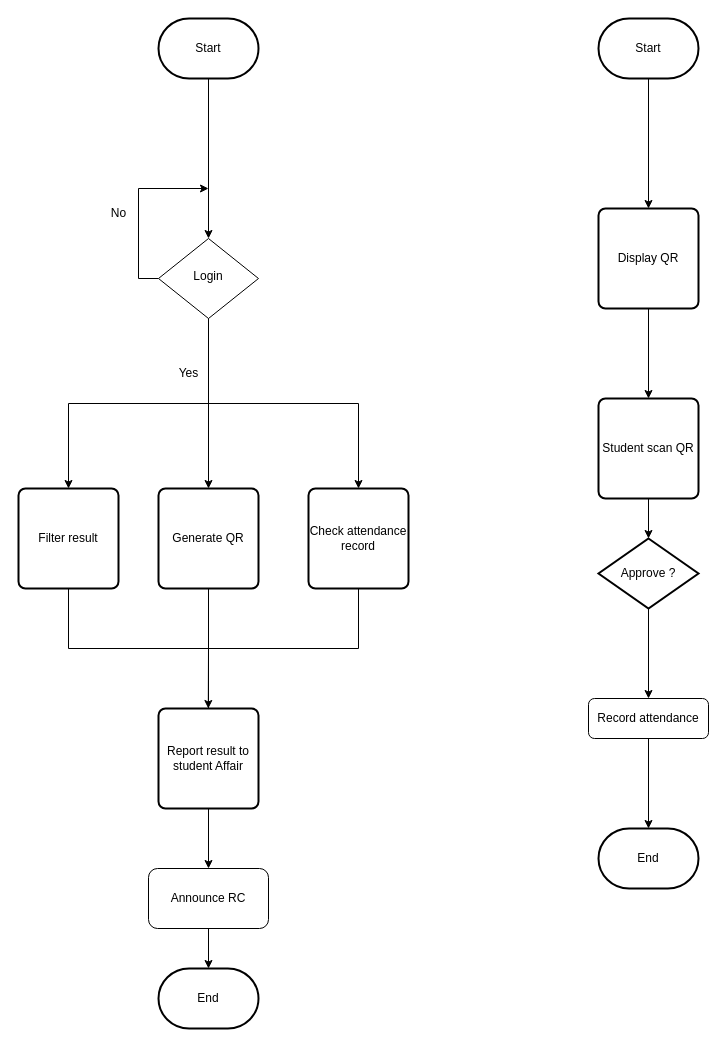
Before: Flowchat.drawio in KhunMaungNgwee/InternShipProject, a draw.io diagram. Source tidied: cells renumbered, new cells numbered last; positions are measured from the earlier drawing's top-left corner, leaving out a move shared by most shapes. Both pictures are drawn from the tidied source at 100%, with x=0, y=0 at pixel (18, 18).
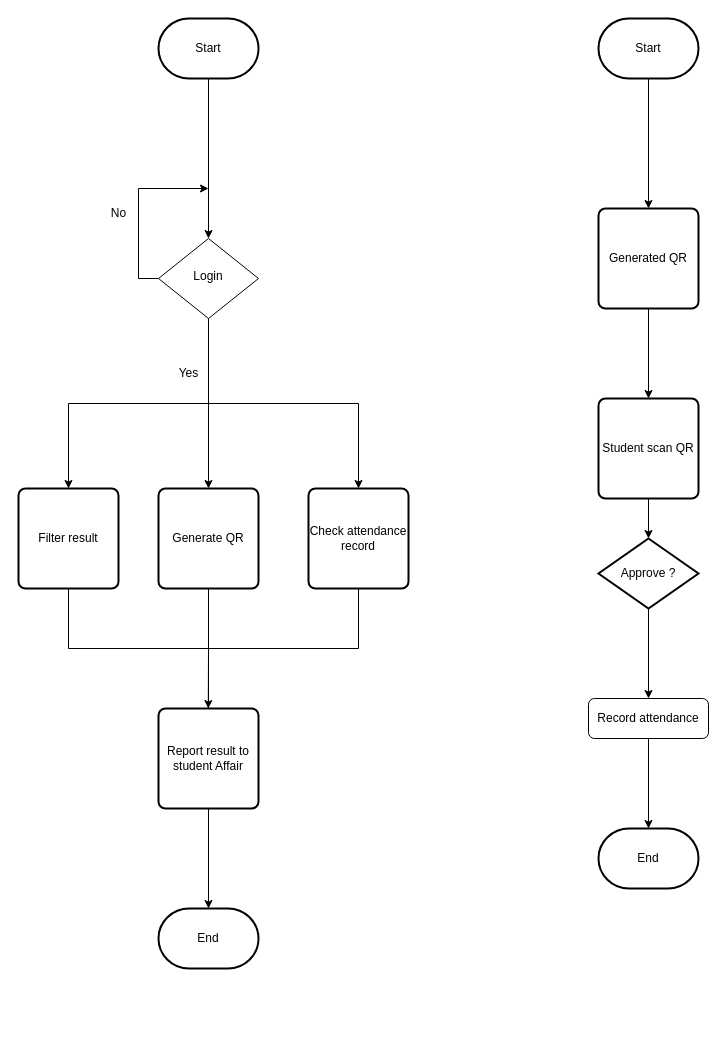
Above is the later version.

Unchanged cells that the change refers to:
```xml
<mxCell id="25" value="Report result to student Affair" style="rounded=1;whiteSpace=wrap;html=1;absoluteArcSize=1;arcSize=14;strokeWidth=2;" parent="1" vertex="1">
  <mxGeometry x="140" y="690" width="100" height="100" as="geometry" />
</mxCell>
```

What changed in the source:
```diff
@@
-    <mxCell id="8" value="Announce RC" style="rounded=1;whiteSpace=wrap;html=1;" parent="1" vertex="1">
-      <mxGeometry x="130" y="850" width="120" height="60" as="geometry" />
-    </mxCell>
@@
     <mxCell id="12" value="End" style="strokeWidth=2;html=1;shape=mxgraph.flowchart.terminator;whiteSpace=wrap;" parent="1" vertex="1">
-      <mxGeometry x="140" y="950" width="100" height="60" as="geometry" />
+      <mxGeometry x="140" y="890" width="100" height="60" as="geometry" />
     </mxCell>
@@
-    <mxCell id="17" value="Display QR" style="rounded=1;whiteSpace=wrap;html=1;absoluteArcSize=1;arcSize=14;strokeWidth=2;" parent="1" vertex="1">
+    <mxCell id="17" value="Generated QR" style="rounded=1;whiteSpace=wrap;html=1;absoluteArcSize=1;arcSize=14;strokeWidth=2;" parent="1" vertex="1">
       <mxGeometry x="580" y="190" width="100" height="100" as="geometry" />
     </mxCell>
@@
-    <mxCell id="24" style="edgeStyle=orthogonalEdgeStyle;rounded=0;jettySize=auto;html=1;exitX=0.5;exitY=1;exitDx=0;exitDy=0;entryX=0.5;entryY=0;entryDx=0;entryDy=0;" parent="1" edge="1" source="25" target="8">
+    <mxCell id="24" style="edgeStyle=orthogonalEdgeStyle;rounded=0;jettySize=auto;html=1;exitX=0.5;exitY=1;exitDx=0;exitDy=0;entryX=0.5;entryY=0;entryDx=0;entryDy=0;entryPerimeter=0;" parent="1" edge="1" source="25" target="12">
       <mxGeometry relative="1" as="geometry" />
     </mxCell>
@@
-    <mxCell id="29" style="edgeStyle=orthogonalEdgeStyle;rounded=0;jettySize=auto;html=1;exitX=0.5;exitY=1;exitDx=0;exitDy=0;entryX=0.5;entryY=0;entryDx=0;entryDy=0;entryPerimeter=0;" parent="1" edge="1" source="8" target="12">
-      <mxGeometry relative="1" as="geometry" />
-    </mxCell>
```
